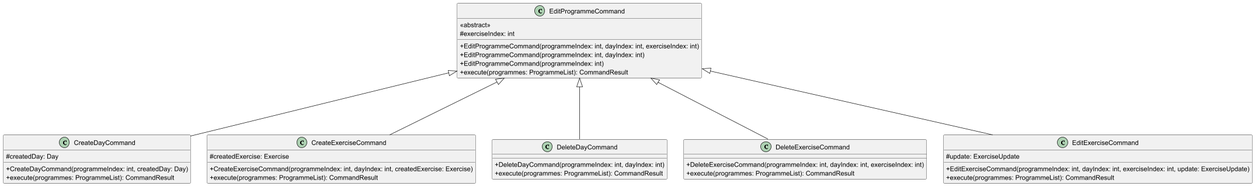
nus-cs2113-AY2425S1/tp keeps this PlantUML diagram as docs/images/editCommandSummary.png. Above is the earlier version.
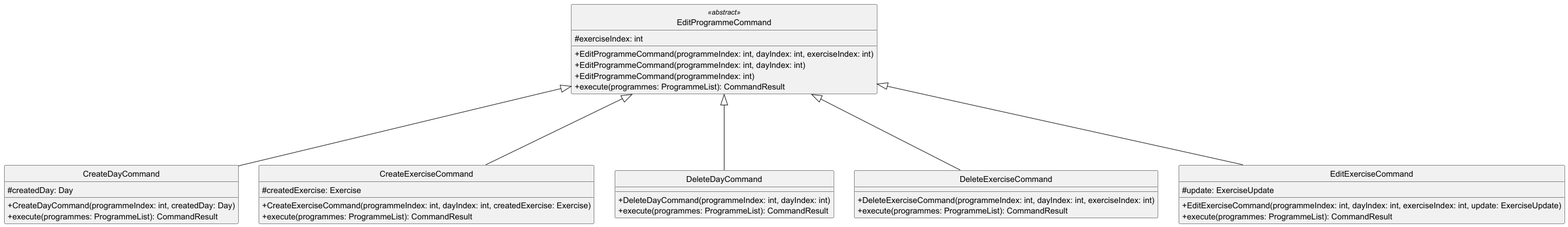
After the change.

Change to the diagram source:
```diff
@@ -1,8 +1,8 @@
 @startuml
 skinparam classAttributeIconSize 0
+hide circle
+    class EditProgrammeCommand         <<abstract>>{
 
-    class EditProgrammeCommand {
-        <<abstract>>
         #exerciseIndex: int
         +EditProgrammeCommand(programmeIndex: int, dayIndex: int, exerciseIndex: int)
         +EditProgrammeCommand(programmeIndex: int, dayIndex: int)
```
